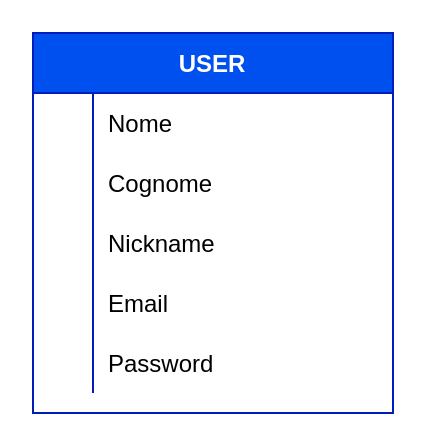
Before: database.drawio in marcocaffarelli/php-oop-2, a draw.io diagram. Source tidied: cells renumbered, new cells numbered last; positions are measured from the earlier drawing's top-left corner, leaving out a move shared by most shapes. Both pictures are drawn from the tidied source at 200%, with x=0, y=0 at pixel (32, 32).
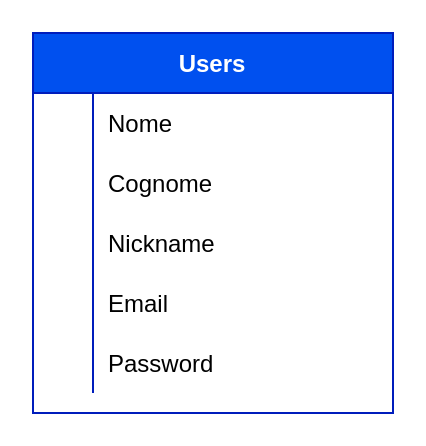
Above is the later version.

Diff of the diagram source:
```diff
@@
 <mxGraphModel>
   <root>
     <mxCell id="0" />
     <mxCell id="1" parent="0" />
-    <mxCell id="2" value="USER" style="shape=table;startSize=30;childLayout=tableLayout;rowLines=0;fontStyle=1;align=center;fillColor=#0050ef;strokeColor=#001DBC;fontColor=#ffffff;" parent="1" vertex="1">
+    <mxCell id="2" value="Users" style="shape=table;startSize=30;childLayout=tableLayout;rowLines=0;fontStyle=1;align=center;fillColor=#0050ef;strokeColor=#001DBC;fontColor=#ffffff;" parent="1" vertex="1">
       <mxGeometry width="180" height="190" as="geometry" />
     </mxCell>
     <mxCell id="3" style="shape=partialRectangle;fillColor=none;top=0;left=0;bottom=0;right=0;" parent="2" vertex="1">
       <mxGeometry y="30" width="180" height="30" as="geometry" />
     </mxCell>
     <mxCell id="4" style="shape=partialRectangle;fillColor=none;top=0;left=0;bottom=0;right=0;overflow=hidden;" parent="3" vertex="1">
       <mxGeometry width="30" height="30" as="geometry" />
     </mxCell>
     <mxCell id="5" value="Nome" style="shape=partialRectangle;fillColor=none;top=0;left=0;bottom=0;right=0;align=left;spacingLeft=6;overflow=hidden;" parent="3" vertex="1">
       <mxGeometry x="30" width="150" height="30" as="geometry" />
     </mxCell>
     <mxCell id="6" style="shape=partialRectangle;fillColor=none;top=0;left=0;bottom=0;right=0;" parent="2" vertex="1">
       <mxGeometry y="60" width="180" height="30" as="geometry" />
     </mxCell>
     <mxCell id="7" style="shape=partialRectangle;fillColor=none;top=0;left=0;bottom=0;right=0;overflow=hidden;" parent="6" vertex="1">
       <mxGeometry width="30" height="30" as="geometry" />
     </mxCell>
     <mxCell id="8" value="Cognome" style="shape=partialRectangle;fillColor=none;top=0;left=0;bottom=0;right=0;align=left;spacingLeft=6;overflow=hidden;" parent="6" vertex="1">
       <mxGeometry x="30" width="150" height="30" as="geometry" />
     </mxCell>
     <mxCell id="9" style="shape=partialRectangle;fillColor=none;top=0;left=0;bottom=0;right=0;" parent="2" vertex="1">
       <mxGeometry y="90" width="180" height="30" as="geometry" />
     </mxCell>
     <mxCell id="10" style="shape=partialRectangle;fillColor=none;top=0;left=0;bottom=0;right=0;overflow=hidden;" parent="9" vertex="1">
       <mxGeometry width="30" height="30" as="geometry" />
     </mxCell>
     <mxCell id="11" value="Nickname" style="shape=partialRectangle;fillColor=none;top=0;left=0;bottom=0;right=0;align=left;spacingLeft=6;overflow=hidden;" parent="9" vertex="1">
       <mxGeometry x="30" width="150" height="30" as="geometry" />
     </mxCell>
     <mxCell id="12" style="shape=partialRectangle;fillColor=none;top=0;left=0;bottom=0;right=0;" parent="2" vertex="1">
       <mxGeometry y="120" width="180" height="30" as="geometry" />
     </mxCell>
     <mxCell id="13" style="shape=partialRectangle;fillColor=none;top=0;left=0;bottom=0;right=0;overflow=hidden;" parent="12" vertex="1">
       <mxGeometry width="30" height="30" as="geometry" />
     </mxCell>
     <mxCell id="14" value="Email" style="shape=partialRectangle;fillColor=none;top=0;left=0;bottom=0;right=0;align=left;spacingLeft=6;overflow=hidden;" parent="12" vertex="1">
       <mxGeometry x="30" width="150" height="30" as="geometry" />
     </mxCell>
     <mxCell id="15" style="shape=partialRectangle;fillColor=none;top=0;left=0;bottom=0;right=0;" parent="2" vertex="1">
       <mxGeometry y="150" width="180" height="30" as="geometry" />
     </mxCell>
     <mxCell id="16" style="shape=partialRectangle;fillColor=none;top=0;left=0;bottom=0;right=0;overflow=hidden;" parent="15" vertex="1">
       <mxGeometry width="30" height="30" as="geometry" />
     </mxCell>
     <mxCell id="17" value="Password" style="shape=partialRectangle;fillColor=none;top=0;left=0;bottom=0;right=0;align=left;spacingLeft=6;overflow=hidden;" parent="15" vertex="1">
       <mxGeometry x="30" width="150" height="30" as="geometry" />
     </mxCell>
   </root>
 </mxGraphModel>
```
